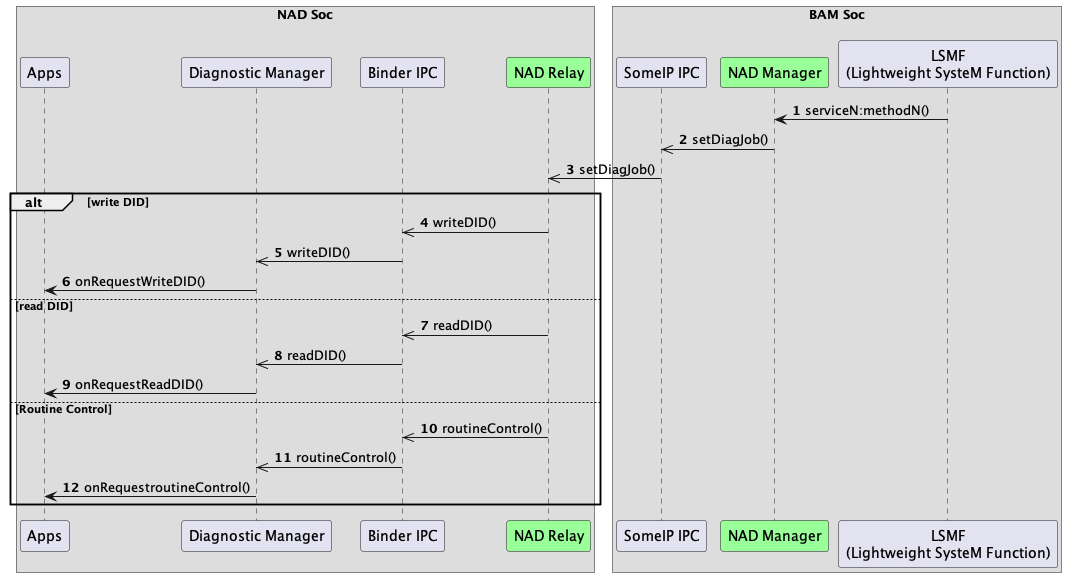
This is out/doc/SA cert/Design/figures/sequence_diagram/diagnostic/diagnostic.png from taikt/codefun, a PlantUML export, as it was before one commit. The source it was exported from:
```plantuml
@startuml
autonumber

box "NAD Soc\n"
    participant "Apps" as app
    participant "Diagnostic Manager" as diag_mgr


    participant "Binder IPC" as bin


    participant "NAD Relay" as diag_pr #99FF99



end box




box "BAM Soc\n"
    participant "SomeIP IPC" as sip


    participant "NAD Manager" as nadm #99FF99

    participant "LSMF\n(Lightweight SysteM Function)" as lsmf
end box

lsmf -> nadm: serviceN:methodN()
nadm ->> sip: setDiagJob()
sip ->> diag_pr: setDiagJob()

alt write DID
diag_pr ->> bin: writeDID()
bin ->> diag_mgr: writeDID()
diag_mgr -> app: onRequestWriteDID()
else read DID
diag_pr ->> bin: readDID()
bin ->> diag_mgr: readDID()
diag_mgr -> app: onRequestReadDID()
else Routine Control
diag_pr ->> bin: routineControl()
bin ->> diag_mgr: routineControl()
diag_mgr -> app: onRequestroutineControl()
end


@enduml
```
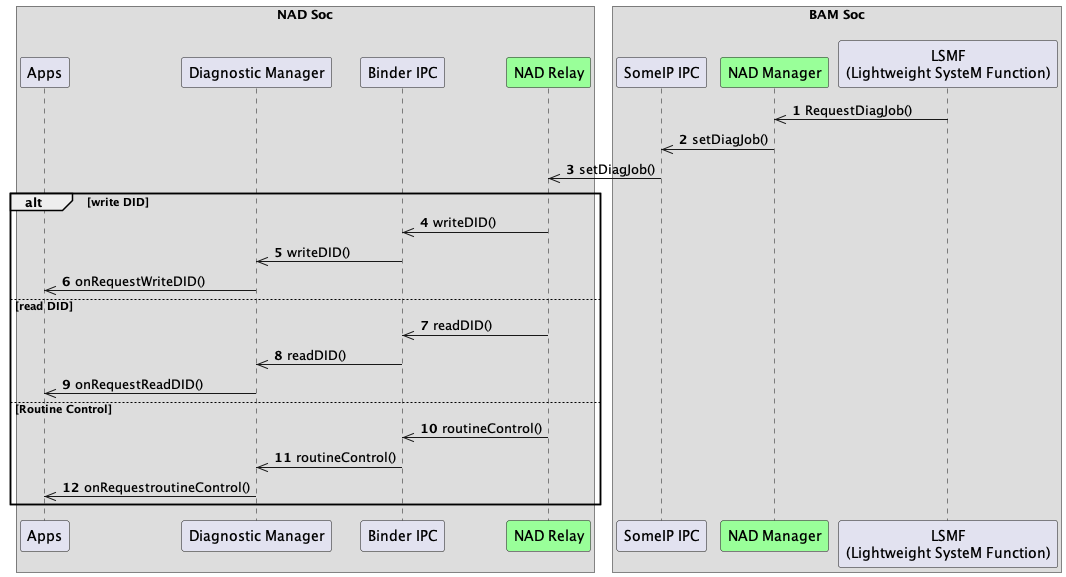
The same diagram one commit later.

What changed in the source:
```diff
@@ -16,33 +16,30 @@
 end box
 
 
-
-
 box "BAM Soc\n"
     participant "SomeIP IPC" as sip
-
 
     participant "NAD Manager" as nadm #99FF99
 
     participant "LSMF\n(Lightweight SysteM Function)" as lsmf
 end box
 
-lsmf -> nadm: serviceN:methodN()
+lsmf ->> nadm: RequestDiagJob()
 nadm ->> sip: setDiagJob()
 sip ->> diag_pr: setDiagJob()
 
 alt write DID
 diag_pr ->> bin: writeDID()
 bin ->> diag_mgr: writeDID()
-diag_mgr -> app: onRequestWriteDID()
+diag_mgr ->> app: onRequestWriteDID()
 else read DID
 diag_pr ->> bin: readDID()
 bin ->> diag_mgr: readDID()
-diag_mgr -> app: onRequestReadDID()
+diag_mgr ->> app: onRequestReadDID()
 else Routine Control
 diag_pr ->> bin: routineControl()
 bin ->> diag_mgr: routineControl()
-diag_mgr -> app: onRequestroutineControl()
+diag_mgr ->> app: onRequestroutineControl()
 end
 
 
```
